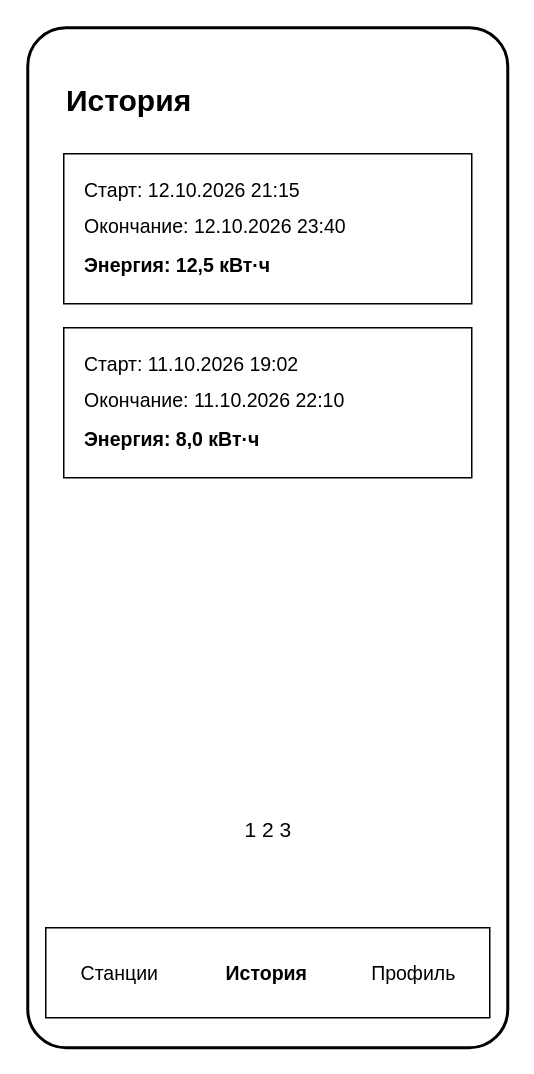
Before: Диаграммы/История (2.9).drawio in PetrachkovArtem/diplom, a draw.io diagram. Source tidied: cells renumbered, new cells numbered last; positions are measured from the earlier drawing's top-left corner, leaving out a move shared by most shapes. Both pictures are drawn from the tidied source at 150%, with x=0, y=0 at pixel (27, 27).
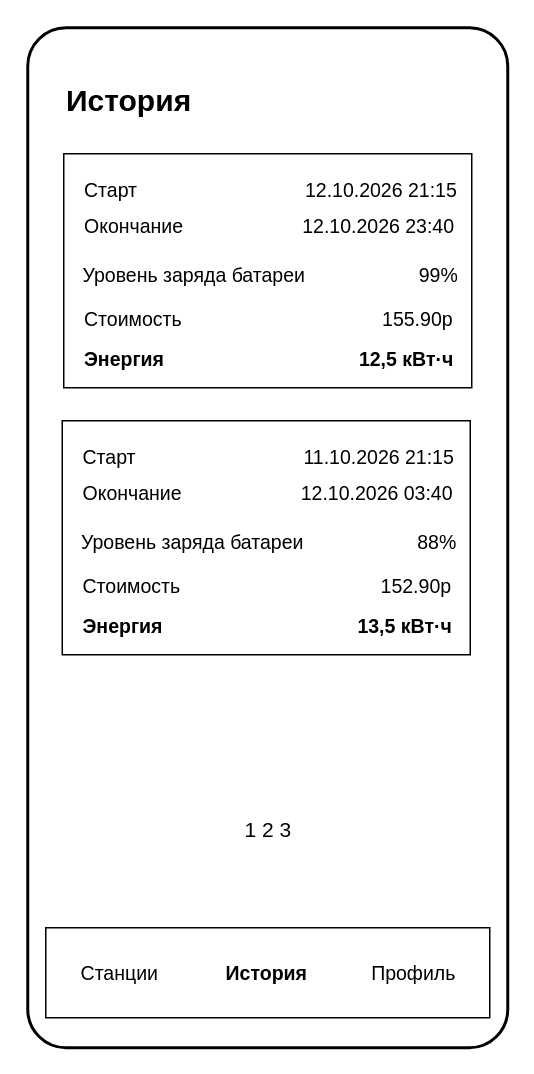
The same diagram, later.

Change to the diagram source:
```diff
@@
     <mxCell id="4" style="rounded=0;whiteSpace=wrap;html=1;fillColor=#ffffff;strokeColor=#000000;" parent="1" vertex="1">
-      <mxGeometry x="24" y="84" width="272" height="100" as="geometry" />
+      <mxGeometry x="24" y="84" width="272" height="156" as="geometry" />
     </mxCell>
-    <mxCell id="5" value="Старт: 12.10.2026 21:15" style="text;html=1;align=left;fontSize=13;" parent="1" vertex="1">
+    <mxCell id="5" value="Старт&amp;nbsp; &amp;nbsp; &amp;nbsp; &amp;nbsp; &amp;nbsp; &amp;nbsp; &amp;nbsp; &amp;nbsp; &amp;nbsp; &amp;nbsp; &amp;nbsp; &amp;nbsp; &amp;nbsp; &amp;nbsp; &amp;nbsp; &amp;nbsp;12.10.2026 21:15" style="text;html=1;align=left;fontSize=13;" parent="1" vertex="1">
       <mxGeometry x="36" y="94" width="248" height="22" as="geometry" />
     </mxCell>
-    <mxCell id="6" value="Окончание: 12.10.2026 23:40" style="text;html=1;align=left;fontSize=13;" parent="1" vertex="1">
+    <mxCell id="6" value="Окончание&amp;nbsp; &amp;nbsp; &amp;nbsp; &amp;nbsp; &amp;nbsp; &amp;nbsp; &amp;nbsp; &amp;nbsp; &amp;nbsp; &amp;nbsp; &amp;nbsp; 12.10.2026 23:40" style="text;html=1;align=left;fontSize=13;" parent="1" vertex="1">
       <mxGeometry x="36" y="118" width="248" height="22" as="geometry" />
     </mxCell>
-    <mxCell id="7" value="Энергия: 12,5 кВт·ч" style="text;html=1;align=left;fontSize=13;fontStyle=1;" parent="1" vertex="1">
-      <mxGeometry x="36" y="144" width="248" height="22" as="geometry" />
+    <mxCell id="7" value="Энергия&amp;nbsp; &amp;nbsp; &amp;nbsp; &amp;nbsp; &amp;nbsp; &amp;nbsp; &amp;nbsp; &amp;nbsp; &amp;nbsp; &amp;nbsp; &amp;nbsp; &amp;nbsp; &amp;nbsp; &amp;nbsp; &amp;nbsp; &amp;nbsp; &amp;nbsp; &amp;nbsp; 12,5 кВт·ч" style="text;html=1;align=left;fontSize=13;fontStyle=1;" parent="1" vertex="1">
+      <mxGeometry x="36" y="207" width="248" height="22" as="geometry" />
     </mxCell>
-    <mxCell id="8" style="rounded=0;whiteSpace=wrap;html=1;fillColor=#ffffff;strokeColor=#000000;" parent="1" vertex="1">
-      <mxGeometry x="24" y="200" width="272" height="100" as="geometry" />
-    </mxCell>
-    <mxCell id="9" value="Старт: 11.10.2026 19:02" style="text;html=1;align=left;fontSize=13;" parent="1" vertex="1">
-      <mxGeometry x="36" y="210" width="248" height="22" as="geometry" />
-    </mxCell>
-    <mxCell id="10" value="Окончание: 11.10.2026 22:10" style="text;html=1;align=left;fontSize=13;" parent="1" vertex="1">
-      <mxGeometry x="36" y="234" width="248" height="22" as="geometry" />
-    </mxCell>
-    <mxCell id="11" value="Энергия: 8,0 кВт·ч" style="text;html=1;align=left;fontSize=13;fontStyle=1;" parent="1" vertex="1">
-      <mxGeometry x="36" y="260" width="248" height="22" as="geometry" />
-    </mxCell>
@@
+    <mxCell id="17" value="Уровень заряда батареи&amp;nbsp; &amp;nbsp; &amp;nbsp; &amp;nbsp; &amp;nbsp; &amp;nbsp; &amp;nbsp; &amp;nbsp; &amp;nbsp; &amp;nbsp; &amp;nbsp;99%" style="text;html=1;align=left;fontSize=13;" parent="1" vertex="1">
+      <mxGeometry x="35" y="151" width="248" height="22" as="geometry" />
+    </mxCell>
+    <mxCell id="18" value="Стоимость&amp;nbsp; &amp;nbsp; &amp;nbsp; &amp;nbsp; &amp;nbsp; &amp;nbsp; &amp;nbsp; &amp;nbsp; &amp;nbsp; &amp;nbsp; &amp;nbsp; &amp;nbsp; &amp;nbsp; &amp;nbsp; &amp;nbsp; &amp;nbsp; &amp;nbsp; &amp;nbsp; &amp;nbsp;155.90р" style="text;html=1;align=left;fontSize=13;" parent="1" vertex="1">
+      <mxGeometry x="36" y="180" width="248" height="22" as="geometry" />
+    </mxCell>
+    <mxCell id="19" style="rounded=0;whiteSpace=wrap;html=1;fillColor=#ffffff;strokeColor=#000000;" parent="1" vertex="1">
+      <mxGeometry x="23" y="262" width="272" height="156" as="geometry" />
+    </mxCell>
+    <mxCell id="20" value="Старт&amp;nbsp; &amp;nbsp; &amp;nbsp; &amp;nbsp; &amp;nbsp; &amp;nbsp; &amp;nbsp; &amp;nbsp; &amp;nbsp; &amp;nbsp; &amp;nbsp; &amp;nbsp; &amp;nbsp; &amp;nbsp; &amp;nbsp; &amp;nbsp;11.10.2026 21:15" style="text;html=1;align=left;fontSize=13;" parent="1" vertex="1">
+      <mxGeometry x="35" y="272" width="248" height="22" as="geometry" />
+    </mxCell>
+    <mxCell id="21" value="Окончание&amp;nbsp; &amp;nbsp; &amp;nbsp; &amp;nbsp; &amp;nbsp; &amp;nbsp; &amp;nbsp; &amp;nbsp; &amp;nbsp; &amp;nbsp; &amp;nbsp; 12.10.2026 03:40" style="text;html=1;align=left;fontSize=13;" parent="1" vertex="1">
+      <mxGeometry x="35" y="296" width="248" height="22" as="geometry" />
+    </mxCell>
+    <mxCell id="22" value="Энергия&amp;nbsp; &amp;nbsp; &amp;nbsp; &amp;nbsp; &amp;nbsp; &amp;nbsp; &amp;nbsp; &amp;nbsp; &amp;nbsp; &amp;nbsp; &amp;nbsp; &amp;nbsp; &amp;nbsp; &amp;nbsp; &amp;nbsp; &amp;nbsp; &amp;nbsp; &amp;nbsp; 13,5 кВт·ч" style="text;html=1;align=left;fontSize=13;fontStyle=1;" parent="1" vertex="1">
+      <mxGeometry x="35" y="385" width="248" height="22" as="geometry" />
+    </mxCell>
+    <mxCell id="23" value="Уровень заряда батареи&amp;nbsp; &amp;nbsp; &amp;nbsp; &amp;nbsp; &amp;nbsp; &amp;nbsp; &amp;nbsp; &amp;nbsp; &amp;nbsp; &amp;nbsp; &amp;nbsp;88%" style="text;html=1;align=left;fontSize=13;" parent="1" vertex="1">
+      <mxGeometry x="34" y="329" width="248" height="22" as="geometry" />
+    </mxCell>
+    <mxCell id="24" value="Стоимость&amp;nbsp; &amp;nbsp; &amp;nbsp; &amp;nbsp; &amp;nbsp; &amp;nbsp; &amp;nbsp; &amp;nbsp; &amp;nbsp; &amp;nbsp; &amp;nbsp; &amp;nbsp; &amp;nbsp; &amp;nbsp; &amp;nbsp; &amp;nbsp; &amp;nbsp; &amp;nbsp; &amp;nbsp;152.90р" style="text;html=1;align=left;fontSize=13;" parent="1" vertex="1">
+      <mxGeometry x="35" y="358" width="248" height="22" as="geometry" />
+    </mxCell>
```
